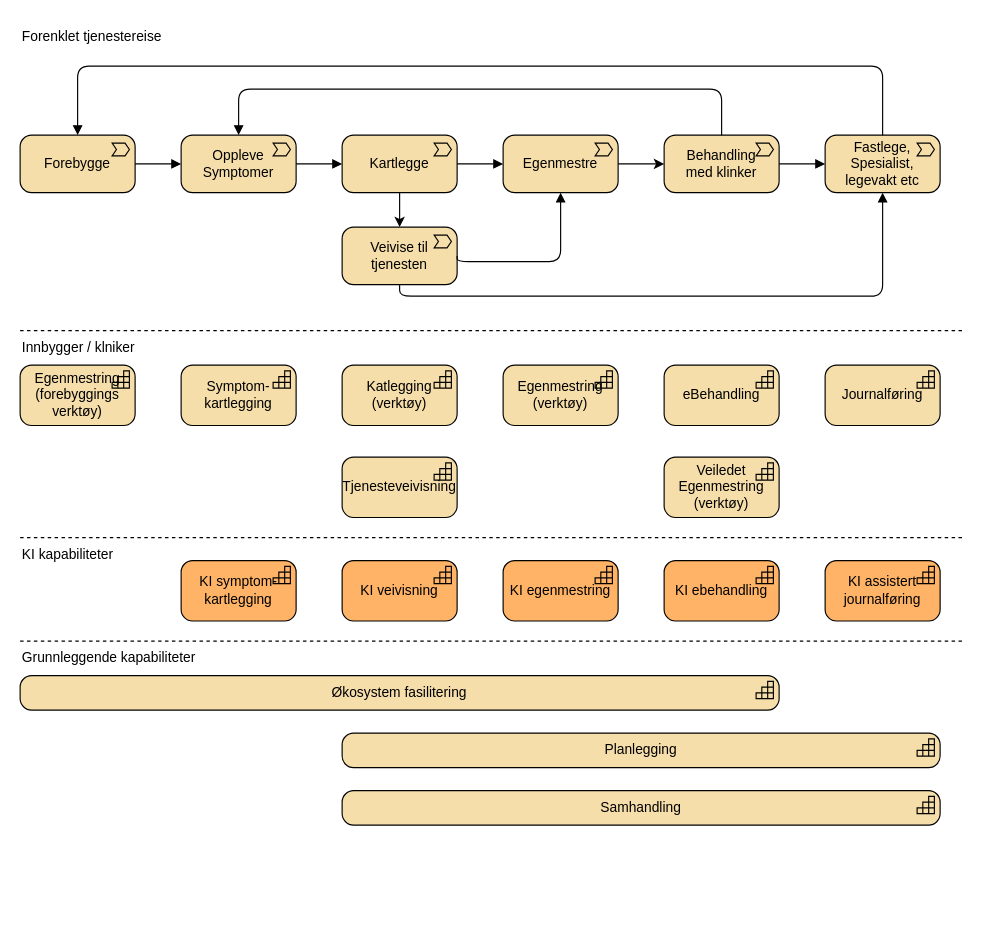
Above: docs/interessent/value-chain.drawio in hdir/Digital-Forstelinje (draw.io), before the change. Source tidied: cells renumbered, new cells numbered last; positions are measured from the earlier drawing's top-left corner, leaving out a move shared by most shapes. Both pictures are drawn from the tidied source at 115%, with x=0, y=0 at pixel (20, 20).
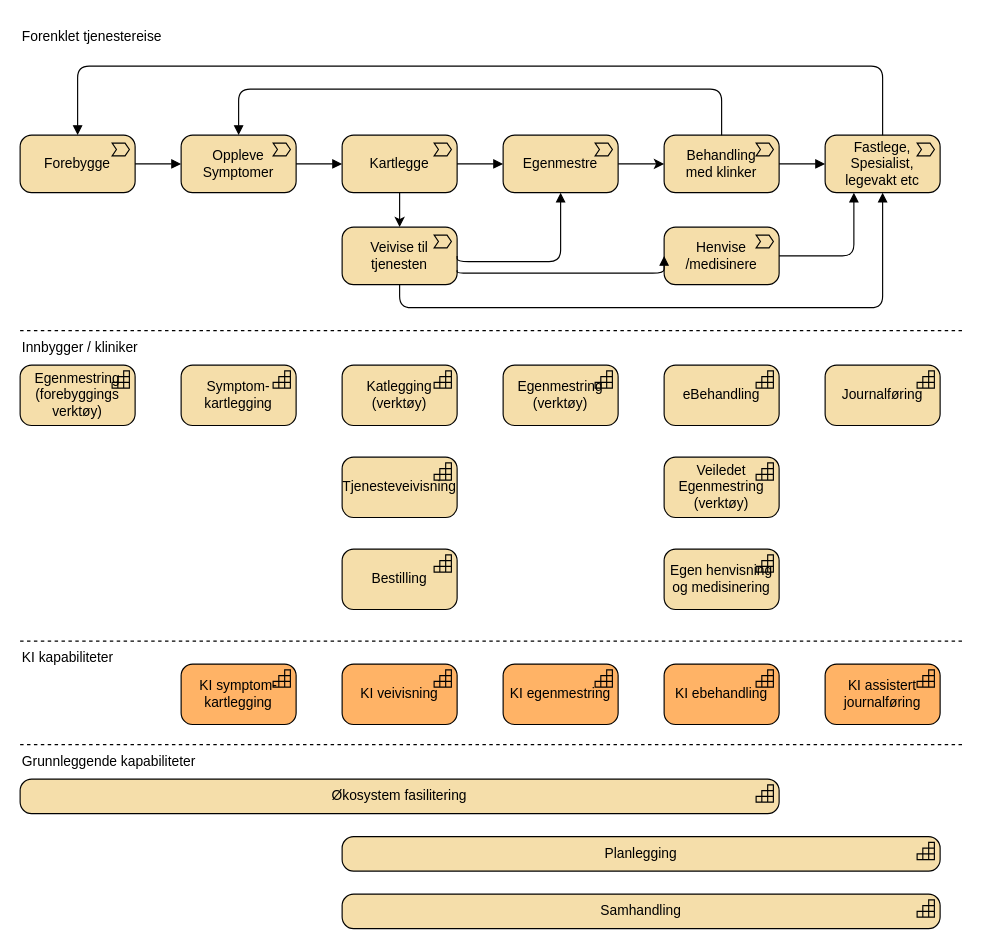
The same diagram, later.

Unchanged cells that the change refers to:
```xml
<mxCell id="9" value="Veivise til tjenesten" style="html=1;outlineConnect=0;whiteSpace=wrap;fillColor=#F5DEAA;shape=mxgraph.archimate3.application;appType=valueStream;archiType=rounded;" parent="1" vertex="1">
  <mxGeometry x="280" y="180" width="100" height="50" as="geometry" />
</mxCell>
<mxCell id="22" value="Fastlege, Spesialist, legevakt etc" style="html=1;outlineConnect=0;whiteSpace=wrap;fillColor=#F5DEAA;shape=mxgraph.archimate3.application;appType=valueStream;archiType=rounded;" parent="1" vertex="1">
  <mxGeometry x="700" y="100" width="100" height="50" as="geometry" />
</mxCell>
```

Diff of the diagram source:
```diff
@@
     <mxCell id="23" style="edgeStyle=elbowEdgeStyle;html=1;endArrow=block;dashed=0;elbow=vertical;endFill=1;entryX=0.5;entryY=1;entryDx=0;entryDy=0;entryPerimeter=0;exitX=0.5;exitY=1;exitDx=0;exitDy=0;exitPerimeter=0;" parent="1" edge="1" source="9" target="22">
       <mxGeometry relative="1" as="geometry">
         <Array as="points">
-          <mxPoint x="540" y="240" />
+          <mxPoint x="540" y="250" />
         </Array>
       </mxGeometry>
     </mxCell>
@@
     <mxCell id="27" value="KI symptom-kartlegging" style="html=1;whiteSpace=wrap;fillColor=#FFB366;shape=mxgraph.archimate3.application;appType=capability;archiType=rounded;" parent="1" vertex="1">
-      <mxGeometry x="140" y="470" width="100" height="52.5" as="geometry" />
+      <mxGeometry x="140" y="560" width="100" height="52.5" as="geometry" />
     </mxCell>
     <mxCell id="28" value="KI veivisning" style="html=1;whiteSpace=wrap;fillColor=#FFB366;shape=mxgraph.archimate3.application;appType=capability;archiType=rounded;" parent="1" vertex="1">
-      <mxGeometry x="280" y="470" width="100" height="52.5" as="geometry" />
+      <mxGeometry x="280" y="560" width="100" height="52.5" as="geometry" />
     </mxCell>
     <mxCell id="29" value="KI egenmestring" style="html=1;whiteSpace=wrap;fillColor=#FFB366;shape=mxgraph.archimate3.application;appType=capability;archiType=rounded;" parent="1" vertex="1">
-      <mxGeometry x="420" y="470" width="100" height="52.5" as="geometry" />
+      <mxGeometry x="420" y="560" width="100" height="52.5" as="geometry" />
     </mxCell>
     <mxCell id="30" value="KI ebehandling" style="html=1;whiteSpace=wrap;fillColor=#FFB366;shape=mxgraph.archimate3.application;appType=capability;archiType=rounded;" parent="1" vertex="1">
-      <mxGeometry x="560" y="470" width="100" height="52.5" as="geometry" />
+      <mxGeometry x="560" y="560" width="100" height="52.5" as="geometry" />
     </mxCell>
     <mxCell id="31" value="KI assistert journalføring" style="html=1;whiteSpace=wrap;fillColor=#FFB366;shape=mxgraph.archimate3.application;appType=capability;archiType=rounded;" parent="1" vertex="1">
-      <mxGeometry x="700" y="470" width="100" height="52.5" as="geometry" />
+      <mxGeometry x="700" y="560" width="100" height="52.5" as="geometry" />
     </mxCell>
     <mxCell id="32" value="Samhandling" style="html=1;whiteSpace=wrap;fillColor=#F5DEAA;shape=mxgraph.archimate3.application;appType=capability;archiType=rounded;" parent="1" vertex="1">
-      <mxGeometry x="280" y="670" width="520" height="30" as="geometry" />
+      <mxGeometry x="280" y="760" width="520" height="30" as="geometry" />
     </mxCell>
@@
     <mxCell id="34" style="endArrow=none;dashed=1;html=1;" parent="1" edge="1">
       <mxGeometry relative="1" as="geometry">
-        <mxPoint y="450" as="sourcePoint" />
-        <mxPoint x="820" y="450" as="targetPoint" />
+        <mxPoint y="540" as="sourcePoint" />
+        <mxPoint x="820" y="540" as="targetPoint" />
         <Array as="points">
-          <mxPoint x="410" y="450" />
+          <mxPoint x="410" y="540" />
         </Array>
       </mxGeometry>
     </mxCell>
     <mxCell id="35" style="endArrow=none;dashed=1;html=1;" parent="1" edge="1">
       <mxGeometry relative="1" as="geometry">
-        <mxPoint y="540" as="sourcePoint" />
-        <mxPoint x="820" y="540" as="targetPoint" />
+        <mxPoint y="630" as="sourcePoint" />
+        <mxPoint x="820" y="630" as="targetPoint" />
         <Array as="points">
-          <mxPoint x="410" y="540" />
+          <mxPoint x="410" y="630" />
         </Array>
       </mxGeometry>
     </mxCell>
     <mxCell id="36" value="Økosystem fasilitering" style="html=1;whiteSpace=wrap;fillColor=#F5DEAA;shape=mxgraph.archimate3.application;appType=capability;archiType=rounded;" parent="1" vertex="1">
-      <mxGeometry y="570" width="660" height="30" as="geometry" />
+      <mxGeometry y="660" width="660" height="30" as="geometry" />
     </mxCell>
     <mxCell id="37" value="Planlegging" style="html=1;whiteSpace=wrap;fillColor=#F5DEAA;shape=mxgraph.archimate3.application;appType=capability;archiType=rounded;" parent="1" vertex="1">
-      <mxGeometry x="280" y="620" width="520" height="30" as="geometry" />
+      <mxGeometry x="280" y="710" width="520" height="30" as="geometry" />
     </mxCell>
     <mxCell id="38" value="KI kapabiliteter" style="text;html=1;align=left;verticalAlign=middle;whiteSpace=wrap;rounded=0;" parent="1" vertex="1">
-      <mxGeometry y="450" width="120" height="30" as="geometry" />
+      <mxGeometry y="540" width="120" height="30" as="geometry" />
     </mxCell>
@@
-    <mxCell id="40" value="Innbygger / klniker" style="text;html=1;align=left;verticalAlign=middle;whiteSpace=wrap;rounded=0;" parent="1" vertex="1">
+    <mxCell id="40" value="Innbygger / kliniker" style="text;html=1;align=left;verticalAlign=middle;whiteSpace=wrap;rounded=0;" parent="1" vertex="1">
       <mxGeometry y="270" width="120" height="30" as="geometry" />
     </mxCell>
     <mxCell id="41" value="Grunnleggende kapabiliteter" style="text;html=1;align=left;verticalAlign=middle;whiteSpace=wrap;rounded=0;" parent="1" vertex="1">
-      <mxGeometry y="540" width="170" height="30" as="geometry" />
+      <mxGeometry y="630" width="170" height="30" as="geometry" />
     </mxCell>
+    <mxCell id="42" value="Henvise /medisinere" style="html=1;outlineConnect=0;whiteSpace=wrap;fillColor=#F5DEAA;shape=mxgraph.archimate3.application;appType=valueStream;archiType=rounded;" parent="1" vertex="1">
+      <mxGeometry x="560" y="180" width="100" height="50" as="geometry" />
+    </mxCell>
+    <mxCell id="43" style="edgeStyle=elbowEdgeStyle;html=1;endArrow=block;dashed=0;elbow=vertical;endFill=1;exitX=1;exitY=0.75;exitDx=0;exitDy=0;exitPerimeter=0;entryX=0;entryY=0.5;entryDx=0;entryDy=0;entryPerimeter=0;" parent="1" edge="1" source="9" target="42">
+      <mxGeometry relative="1" as="geometry">
+        <Array as="points">
+          <mxPoint x="430" y="220" />
+        </Array>
+      </mxGeometry>
+    </mxCell>
+    <mxCell id="44" style="edgeStyle=elbowEdgeStyle;html=1;endArrow=block;dashed=0;elbow=vertical;endFill=1;exitX=1;exitY=0.5;exitDx=0;exitDy=0;exitPerimeter=0;entryX=0.25;entryY=1;entryDx=0;entryDy=0;entryPerimeter=0;" parent="1" edge="1" source="42" target="22">
+      <mxGeometry relative="1" as="geometry">
+        <Array as="points">
+          <mxPoint x="700" y="205" />
+        </Array>
+      </mxGeometry>
+    </mxCell>
+    <mxCell id="45" value="Egen henvisning og medisinering" style="html=1;whiteSpace=wrap;fillColor=#F5DEAA;shape=mxgraph.archimate3.application;appType=capability;archiType=rounded;" parent="1" vertex="1">
+      <mxGeometry x="560" y="460" width="100" height="52.5" as="geometry" />
+    </mxCell>
+    <mxCell id="46" value="Bestilling" style="html=1;whiteSpace=wrap;fillColor=#F5DEAA;shape=mxgraph.archimate3.application;appType=capability;archiType=rounded;" parent="1" vertex="1">
+      <mxGeometry x="280" y="460" width="100" height="52.5" as="geometry" />
+    </mxCell>
```
